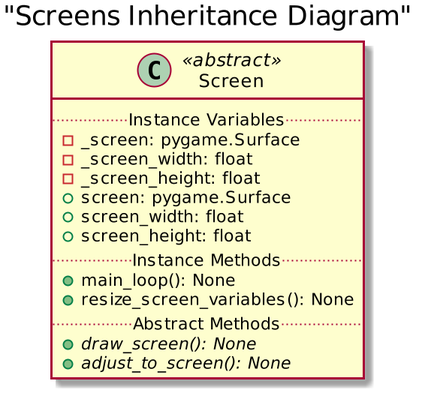
kmerickson/OOP-PuzzleMaze keeps this PlantUML diagram as Puzzle_Maze/uml/screens/screen.png. Above is the earlier version.
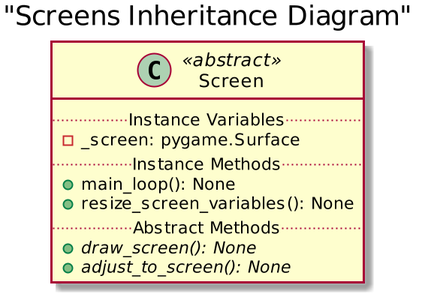
After the commit.

Change to the diagram source:
```diff
@@ -4,11 +4,6 @@
     class Screen  <<abstract>>{
     ..Instance Variables..
     - _screen: pygame.Surface
-    - _screen_width: float
-    - _screen_height: float
-    + screen: pygame.Surface
-    + screen_width: float
-    + screen_height: float
     ..Instance Methods..
     + main_loop(): None
     + resize_screen_variables(): None
```
